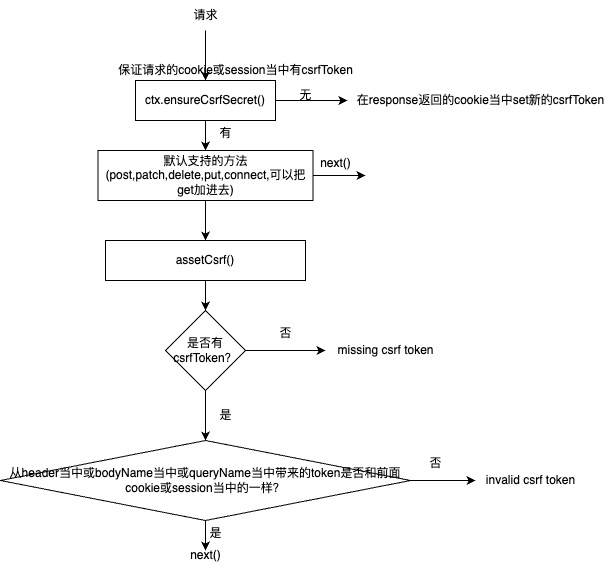
Before: runtime/egg-security-csrf.drawio.png, a diagram exported from draw.io (hu-ke/vue-sourcecode-analyze). Source tidied: cells renumbered, new cells last; positions are measured from the earlier drawing's top-left corner, leaving out a move shared by most shapes. Source of this version:
```xml
<mxGraphModel>
  <root>
    <mxCell id="0" />
    <mxCell id="1" parent="0" />
    <mxCell id="2" style="edgeStyle=orthogonalEdgeStyle;rounded=0;jettySize=auto;html=1;entryX=0.5;entryY=0;entryDx=0;entryDy=0;" parent="1" edge="1" source="3" target="12">
      <mxGeometry relative="1" as="geometry" />
    </mxCell>
    <mxCell id="3" value="ctx.ensureCsrfSecret()" style="rounded=0;whiteSpace=wrap;html=1;" parent="1" vertex="1">
      <mxGeometry x="135" y="80" width="140" height="40" as="geometry" />
    </mxCell>
    <mxCell id="4" value="保证请求的cookie或session当中有csrfToken" style="text;html=1;align=center;verticalAlign=middle;strokeColor=none;fillColor=none;" parent="1" vertex="1">
      <mxGeometry x="105" y="55" width="260" height="30" as="geometry" />
    </mxCell>
    <mxCell id="5" style="edgeStyle=orthogonalEdgeStyle;rounded=0;jettySize=auto;html=1;entryX=0.5;entryY=0;entryDx=0;entryDy=0;" parent="1" edge="1" source="6" target="3">
      <mxGeometry relative="1" as="geometry" />
    </mxCell>
    <mxCell id="6" value="请求" style="text;html=1;align=center;verticalAlign=middle;points=[];strokeColor=none;fillColor=none;" parent="1" vertex="1">
      <mxGeometry x="180" width="50" height="30" as="geometry" />
    </mxCell>
    <mxCell id="7" value="在response返回的cookie当中set新的csrfToken" style="text;html=1;align=center;verticalAlign=middle;points=[];strokeColor=none;fillColor=none;" parent="1" vertex="1">
      <mxGeometry x="345" y="85" width="270" height="30" as="geometry" />
    </mxCell>
    <mxCell id="8" style="edgeStyle=orthogonalEdgeStyle;rounded=0;jettySize=auto;html=1;entryX=0.007;entryY=0.5;entryDx=0;entryDy=0;entryPerimeter=0;" parent="1" edge="1" source="3" target="7">
      <mxGeometry relative="1" as="geometry" />
    </mxCell>
    <mxCell id="9" value="无" style="text;html=1;align=center;verticalAlign=middle;strokeColor=none;fillColor=none;" parent="1" vertex="1">
      <mxGeometry x="285" y="80" width="40" height="30" as="geometry" />
    </mxCell>
    <mxCell id="10" style="edgeStyle=orthogonalEdgeStyle;rounded=0;jettySize=auto;html=1;" parent="1" edge="1" source="12">
      <mxGeometry relative="1" as="geometry">
        <mxPoint x="365" y="175" as="targetPoint" />
      </mxGeometry>
    </mxCell>
    <mxCell id="11" style="edgeStyle=orthogonalEdgeStyle;rounded=0;jettySize=auto;html=1;entryX=0.5;entryY=0;entryDx=0;entryDy=0;" parent="1" edge="1" source="12" target="16">
      <mxGeometry relative="1" as="geometry" />
    </mxCell>
    <mxCell id="12" value="默认支持的方法(post,patch,delete,put,connect,可以把get加进去)" style="rounded=0;whiteSpace=wrap;html=1;" parent="1" vertex="1">
      <mxGeometry x="97.5" y="150" width="215" height="50" as="geometry" />
    </mxCell>
    <mxCell id="13" value="next()" style="text;html=1;align=center;verticalAlign=middle;strokeColor=none;fillColor=none;" parent="1" vertex="1">
      <mxGeometry x="310" y="148" width="50" height="30" as="geometry" />
    </mxCell>
    <mxCell id="14" value="有" style="text;html=1;align=center;verticalAlign=middle;strokeColor=none;fillColor=none;" parent="1" vertex="1">
      <mxGeometry x="205" y="118" width="40" height="30" as="geometry" />
    </mxCell>
    <mxCell id="15" style="edgeStyle=orthogonalEdgeStyle;rounded=0;jettySize=auto;html=1;entryX=0.5;entryY=0;entryDx=0;entryDy=0;" parent="1" edge="1" source="16" target="19">
      <mxGeometry relative="1" as="geometry" />
    </mxCell>
    <mxCell id="16" value="assetCsrf()" style="rounded=0;whiteSpace=wrap;html=1;" parent="1" vertex="1">
      <mxGeometry x="105" y="240" width="200" height="40" as="geometry" />
    </mxCell>
    <mxCell id="17" style="edgeStyle=orthogonalEdgeStyle;rounded=0;jettySize=auto;html=1;" parent="1" edge="1" source="19" target="20">
      <mxGeometry relative="1" as="geometry" />
    </mxCell>
    <mxCell id="18" style="edgeStyle=orthogonalEdgeStyle;rounded=0;jettySize=auto;html=1;" parent="1" edge="1" source="19">
      <mxGeometry relative="1" as="geometry">
        <mxPoint x="205" y="440" as="targetPoint" />
      </mxGeometry>
    </mxCell>
    <mxCell id="19" value="是否有csrfToken？" style="rhombus;whiteSpace=wrap;html=1;" parent="1" vertex="1">
      <mxGeometry x="165" y="310" width="80" height="80" as="geometry" />
    </mxCell>
    <mxCell id="20" value="missing csrf token" style="text;html=1;align=center;verticalAlign=middle;points=[];strokeColor=none;fillColor=none;" parent="1" vertex="1">
      <mxGeometry x="325" y="335" width="120" height="30" as="geometry" />
    </mxCell>
    <mxCell id="21" style="edgeStyle=orthogonalEdgeStyle;rounded=0;jettySize=auto;html=1;" parent="1" edge="1" source="23">
      <mxGeometry relative="1" as="geometry">
        <mxPoint x="475" y="480" as="targetPoint" />
      </mxGeometry>
    </mxCell>
    <mxCell id="22" style="edgeStyle=orthogonalEdgeStyle;rounded=0;jettySize=auto;html=1;" parent="1" edge="1" source="23">
      <mxGeometry relative="1" as="geometry">
        <mxPoint x="205" y="550" as="targetPoint" />
      </mxGeometry>
    </mxCell>
    <mxCell id="23" value="从header当中或bodyName当中或queryName当中带来的token是否和前面cookie或session当中的一样？" style="rhombus;whiteSpace=wrap;html=1;" parent="1" vertex="1">
      <mxGeometry y="440" width="410" height="80" as="geometry" />
    </mxCell>
    <mxCell id="24" value="否" style="text;html=1;align=center;verticalAlign=middle;strokeColor=none;fillColor=none;" parent="1" vertex="1">
      <mxGeometry x="265" y="318" width="40" height="30" as="geometry" />
    </mxCell>
    <mxCell id="25" value="是" style="text;html=1;align=center;verticalAlign=middle;strokeColor=none;fillColor=none;" parent="1" vertex="1">
      <mxGeometry x="205" y="400" width="40" height="30" as="geometry" />
    </mxCell>
    <mxCell id="26" value="否" style="text;html=1;align=center;verticalAlign=middle;strokeColor=none;fillColor=none;" parent="1" vertex="1">
      <mxGeometry x="415" y="448" width="40" height="30" as="geometry" />
    </mxCell>
    <mxCell id="27" value="是" style="text;html=1;align=center;verticalAlign=middle;strokeColor=none;fillColor=none;" parent="1" vertex="1">
      <mxGeometry x="195" y="518" width="40" height="30" as="geometry" />
    </mxCell>
    <mxCell id="28" value="next()" style="text;html=1;align=center;verticalAlign=middle;strokeColor=none;fillColor=none;" parent="1" vertex="1">
      <mxGeometry x="180" y="540" width="50" height="30" as="geometry" />
    </mxCell>
    <mxCell id="29" value="invalid csrf token" style="text;html=1;align=center;verticalAlign=middle;strokeColor=none;fillColor=none;" parent="1" vertex="1">
      <mxGeometry x="475" y="465" width="110" height="30" as="geometry" />
    </mxCell>
  </root>
</mxGraphModel>
```
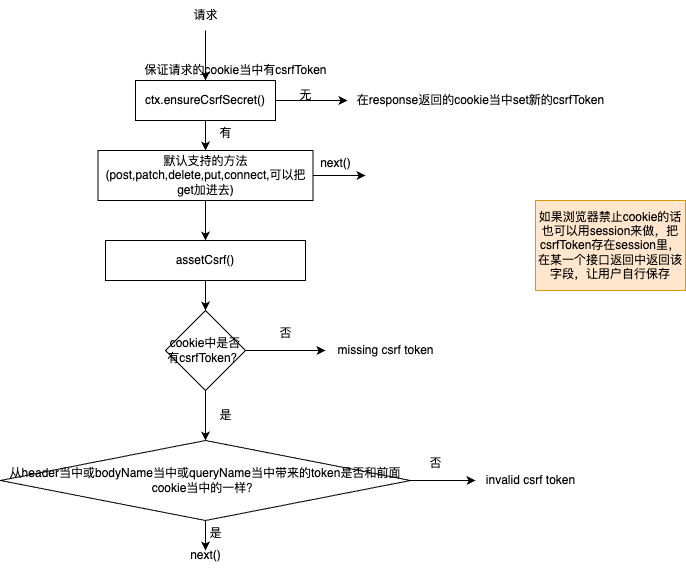
Above is the later version.

Diff of the diagram source:
```diff
@@ -8,8 +8,8 @@
     <mxCell id="3" value="ctx.ensureCsrfSecret()" style="rounded=0;whiteSpace=wrap;html=1;" parent="1" vertex="1">
       <mxGeometry x="135" y="80" width="140" height="40" as="geometry" />
     </mxCell>
-    <mxCell id="4" value="保证请求的cookie或session当中有csrfToken" style="text;html=1;align=center;verticalAlign=middle;strokeColor=none;fillColor=none;" parent="1" vertex="1">
-      <mxGeometry x="105" y="55" width="260" height="30" as="geometry" />
+    <mxCell id="4" value="保证请求的cookie当中有csrfToken" style="text;html=1;align=center;verticalAlign=middle;strokeColor=none;fillColor=none;" parent="1" vertex="1">
+      <mxGeometry x="130" y="55" width="210" height="30" as="geometry" />
     </mxCell>
     <mxCell id="5" style="edgeStyle=orthogonalEdgeStyle;rounded=0;jettySize=auto;html=1;entryX=0.5;entryY=0;entryDx=0;entryDy=0;" parent="1" edge="1" source="6" target="3">
       <mxGeometry relative="1" as="geometry" />
@@ -57,7 +57,7 @@
         <mxPoint x="205" y="440" as="targetPoint" />
       </mxGeometry>
     </mxCell>
-    <mxCell id="19" value="是否有csrfToken？" style="rhombus;whiteSpace=wrap;html=1;" parent="1" vertex="1">
+    <mxCell id="19" value="cookie中是否有csrfToken？" style="rhombus;whiteSpace=wrap;html=1;" parent="1" vertex="1">
       <mxGeometry x="165" y="310" width="80" height="80" as="geometry" />
     </mxCell>
     <mxCell id="20" value="missing csrf token" style="text;html=1;align=center;verticalAlign=middle;points=[];strokeColor=none;fillColor=none;" parent="1" vertex="1">
@@ -73,7 +73,7 @@
         <mxPoint x="205" y="550" as="targetPoint" />
       </mxGeometry>
     </mxCell>
-    <mxCell id="23" value="从header当中或bodyName当中或queryName当中带来的token是否和前面cookie或session当中的一样？" style="rhombus;whiteSpace=wrap;html=1;" parent="1" vertex="1">
+    <mxCell id="23" value="从header当中或bodyName当中或queryName当中带来的token是否和前面cookie当中的一样？" style="rhombus;whiteSpace=wrap;html=1;" parent="1" vertex="1">
       <mxGeometry y="440" width="410" height="80" as="geometry" />
     </mxCell>
     <mxCell id="24" value="否" style="text;html=1;align=center;verticalAlign=middle;strokeColor=none;fillColor=none;" parent="1" vertex="1">
@@ -94,5 +94,8 @@
     <mxCell id="29" value="invalid csrf token" style="text;html=1;align=center;verticalAlign=middle;strokeColor=none;fillColor=none;" parent="1" vertex="1">
       <mxGeometry x="475" y="465" width="110" height="30" as="geometry" />
     </mxCell>
+    <mxCell id="30" value="如果浏览器禁止cookie的话也可以用session来做，把csrfToken存在session里，在某一个接口返回中返回该字段，让用户自行保存" style="rounded=0;whiteSpace=wrap;html=1;fillColor=#ffe6cc;strokeColor=#d79b00;" parent="1" vertex="1">
+      <mxGeometry x="535" y="200" width="150" height="90" as="geometry" />
+    </mxCell>
   </root>
 </mxGraphModel>
```
